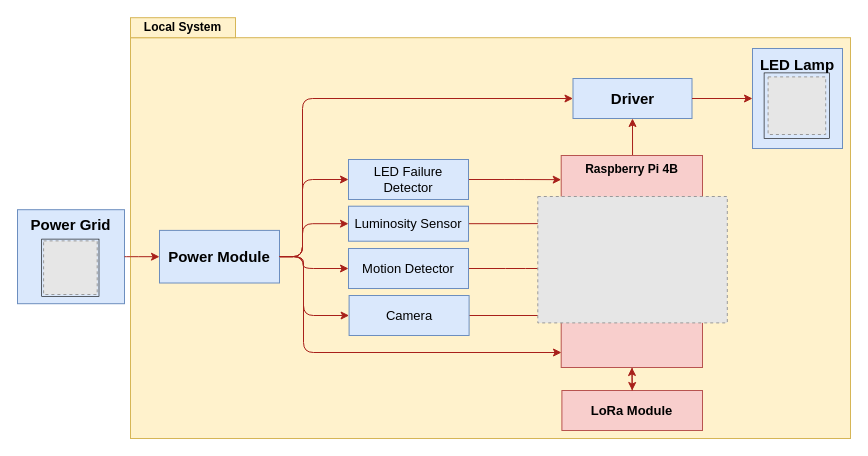
Earlier version of the draw.io diagram page "local_hw_arch" (4 of 8) of project/report/flowcharts/system_overview.drawio (ESRGgroup9/slipad). Source tidied: cells renumbered, new cells numbered last; positions are measured from the earlier drawing's top-left corner, leaving out a move shared by most shapes. Both pictures are drawn from the tidied source at 100%, with x=0, y=0 at pixel (17, 17). Pictures stored in the file or linked from it are replaced by grey dashed boxes.
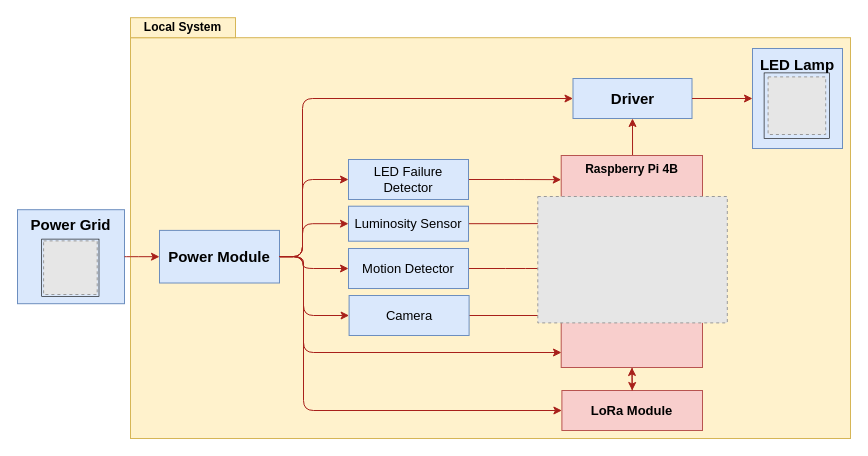
After the change.

Unchanged cells that the change refers to:
```xml
<mxCell id="26" value="Power Module" style="rounded=0;whiteSpace=wrap;html=1;fillColor=#dae8fc;strokeColor=#6c8ebf;fontColor=default;fontStyle=1;verticalAlign=middle;fontSize=15;" parent="1" vertex="1">
  <mxGeometry x="142" y="212.9" width="120" height="52.6" as="geometry" />
</mxCell>
<mxCell id="32" value="LoRa Module" style="text;html=1;strokeColor=#b85450;fillColor=#f8cecc;align=center;verticalAlign=middle;whiteSpace=wrap;rounded=0;sketch=0;fontSize=13;strokeWidth=1;fontStyle=1;" parent="1" vertex="1">
  <mxGeometry x="544.4" y="373" width="140.6" height="40" as="geometry" />
</mxCell>
```

The edit, as a diff of the source:
```diff
@@
+    <mxCell id="37" style="edgeStyle=orthogonalEdgeStyle;rounded=1;jettySize=auto;html=1;strokeColor=#A8201A;exitX=1;exitY=0.5;exitDx=0;exitDy=0;entryX=0;entryY=0.5;entryDx=0;entryDy=0;" parent="1" edge="1" source="26" target="32">
+      <mxGeometry relative="1" as="geometry">
+        <Array as="points">
+          <mxPoint x="286" y="239" />
+          <mxPoint x="286" y="393" />
+        </Array>
+      </mxGeometry>
+    </mxCell>
```
